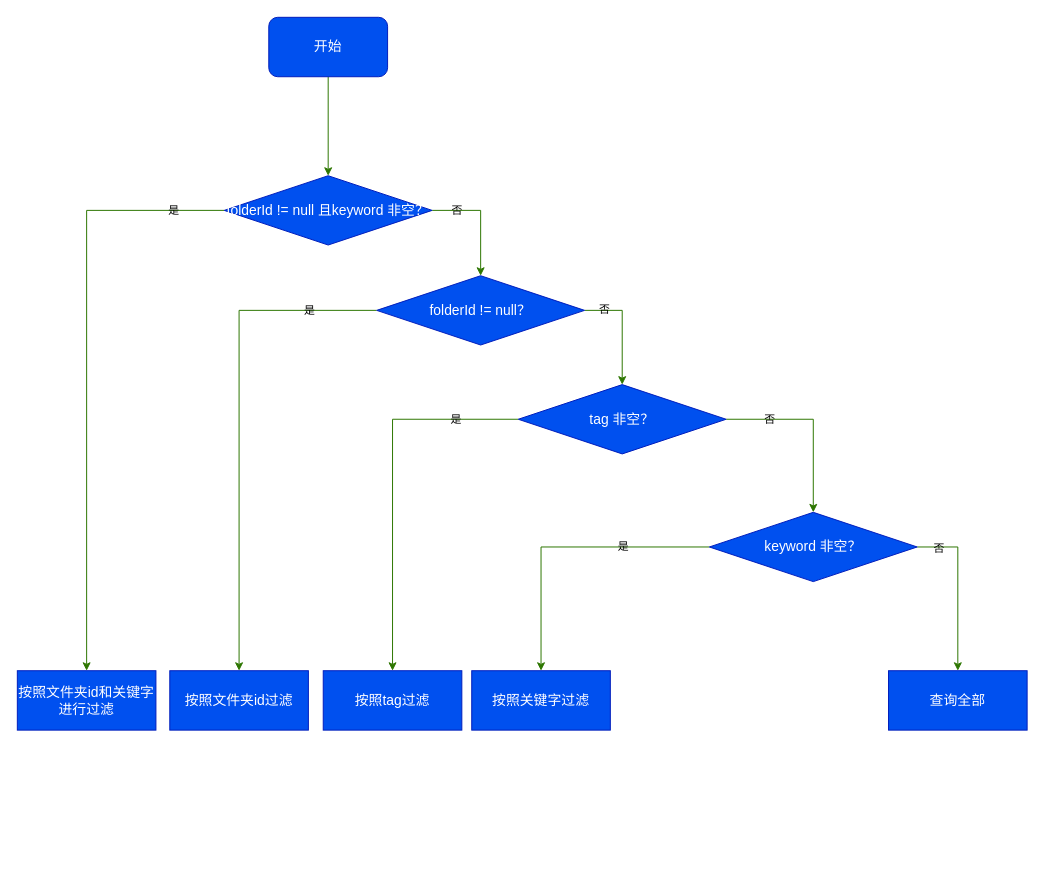
Earlier version of the draw.io diagram 文件展示程序流程图.drawio (SeekLife0/diagrams). Source tidied: cells renumbered, new cells numbered last; positions are measured from the earlier drawing's top-left corner, leaving out a move shared by most shapes. Both pictures are drawn from the tidied source at 99%, with x=0, y=0 at pixel (17, 17).
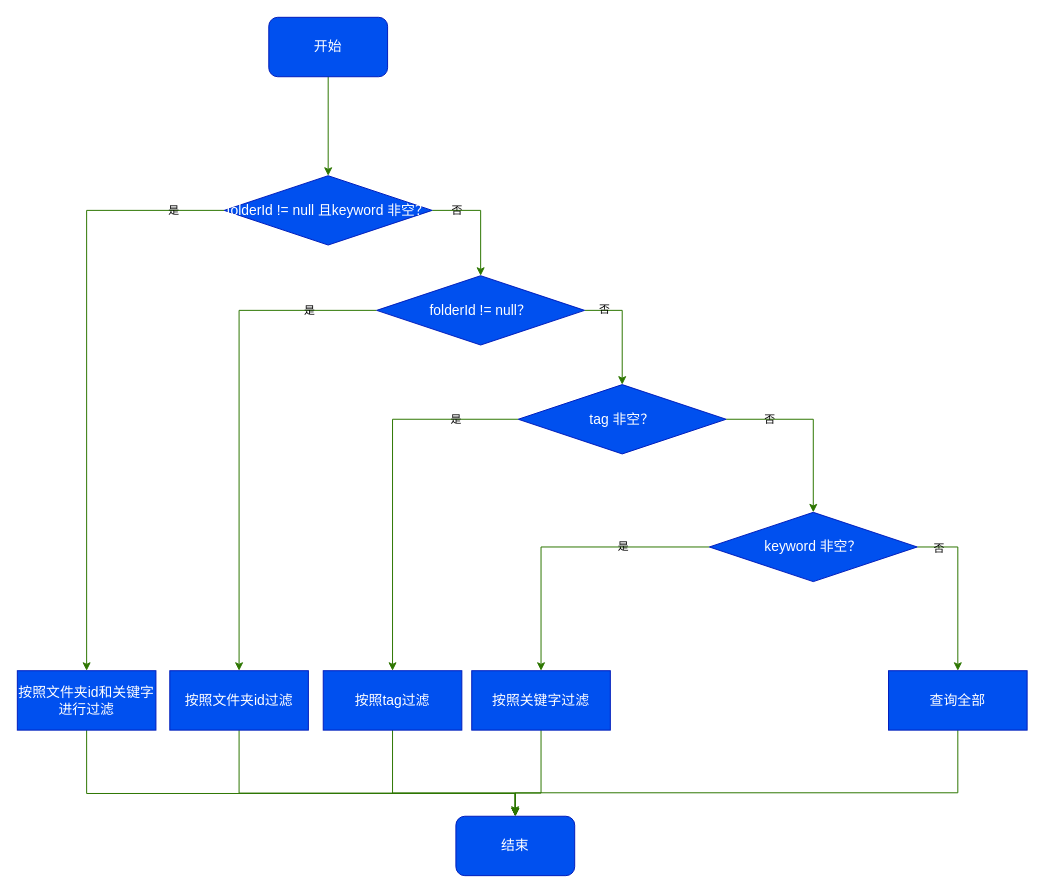
After the change.

Commit message:
更新文件展示程序流程图.drawio

Unchanged cells that the change refers to:
```xml
<mxCell id="10" value="按照文件夹id和关键字进行过滤" style="rounded=0;whiteSpace=wrap;html=1;fillColor=#0050ef;fontColor=#ffffff;strokeColor=#001DBC;fontSize=14;" parent="1" vertex="1">
  <mxGeometry y="660" width="140" height="60" as="geometry" />
</mxCell>
<mxCell id="11" value="按照文件夹id过滤" style="rounded=0;whiteSpace=wrap;html=1;fillColor=#0050ef;fontColor=#ffffff;strokeColor=#001DBC;fontSize=14;" parent="1" vertex="1">
  <mxGeometry x="154" y="660" width="140" height="60" as="geometry" />
</mxCell>
<mxCell id="15" value="按照tag过滤" style="rounded=0;whiteSpace=wrap;html=1;fillColor=#0050ef;fontColor=#ffffff;strokeColor=#001DBC;fontSize=14;" parent="1" vertex="1">
  <mxGeometry x="309" y="660" width="140" height="60" as="geometry" />
</mxCell>
<mxCell id="19" value="按照关键字过滤" style="rounded=0;whiteSpace=wrap;html=1;fillColor=#0050ef;fontColor=#ffffff;strokeColor=#001DBC;fontSize=14;" parent="1" vertex="1">
  <mxGeometry x="459" y="660" width="140" height="60" as="geometry" />
</mxCell>
<mxCell id="20" value="查询全部" style="rounded=0;whiteSpace=wrap;html=1;fillColor=#0050ef;fontColor=#ffffff;strokeColor=#001DBC;fontSize=14;" parent="1" vertex="1">
  <mxGeometry x="880" y="660" width="140" height="60" as="geometry" />
</mxCell>
```

Change to the diagram source:
```diff
@@
+    <mxCell id="21" style="edgeStyle=orthogonalEdgeStyle;rounded=0;jettySize=auto;html=1;exitX=0.5;exitY=1;exitDx=0;exitDy=0;fillColor=#60a917;strokeColor=#2D7600;entryX=0.5;entryY=0;entryDx=0;entryDy=0;" parent="1" edge="1" source="10" target="26">
+      <mxGeometry relative="1" as="geometry">
+        <Array as="points">
+          <mxPoint x="70" y="784" />
+          <mxPoint x="503" y="784" />
+        </Array>
+      </mxGeometry>
+    </mxCell>
@@
+    <mxCell id="22" style="edgeStyle=orthogonalEdgeStyle;rounded=0;jettySize=auto;html=1;exitX=0.5;exitY=1;exitDx=0;exitDy=0;entryX=0.5;entryY=0;entryDx=0;entryDy=0;fillColor=#60a917;strokeColor=#2D7600;" parent="1" edge="1" source="11" target="26">
+      <mxGeometry relative="1" as="geometry">
+        <Array as="points">
+          <mxPoint x="224" y="783.6" />
+          <mxPoint x="503" y="783.6" />
+        </Array>
+      </mxGeometry>
+    </mxCell>
@@
+    <mxCell id="23" style="edgeStyle=orthogonalEdgeStyle;rounded=0;jettySize=auto;html=1;exitX=0.5;exitY=1;exitDx=0;exitDy=0;fillColor=#60a917;strokeColor=#2D7600;" parent="1" edge="1" source="15" target="26">
+      <mxGeometry relative="1" as="geometry">
+        <Array as="points">
+          <mxPoint x="379" y="783.6" />
+          <mxPoint x="503" y="783.6" />
+        </Array>
+      </mxGeometry>
+    </mxCell>
@@
+    <mxCell id="24" style="edgeStyle=orthogonalEdgeStyle;rounded=0;jettySize=auto;html=1;exitX=0.5;exitY=1;exitDx=0;exitDy=0;entryX=0.5;entryY=0;entryDx=0;entryDy=0;fillColor=#60a917;strokeColor=#2D7600;" parent="1" edge="1" source="19" target="26">
+      <mxGeometry relative="1" as="geometry">
+        <Array as="points">
+          <mxPoint x="529" y="783.6" />
+          <mxPoint x="503" y="783.6" />
+        </Array>
+      </mxGeometry>
+    </mxCell>
@@
+    <mxCell id="25" style="edgeStyle=orthogonalEdgeStyle;rounded=0;jettySize=auto;html=1;exitX=0.5;exitY=1;exitDx=0;exitDy=0;fillColor=#60a917;strokeColor=#2D7600;" parent="1" edge="1" source="20">
+      <mxGeometry relative="1" as="geometry">
+        <mxPoint x="502.8" y="805.4" as="targetPoint" />
+        <Array as="points">
+          <mxPoint x="950" y="783.3" />
+          <mxPoint x="502.8" y="783.3" />
+        </Array>
+      </mxGeometry>
+    </mxCell>
@@
+    <mxCell id="26" value="结束" style="rounded=1;whiteSpace=wrap;html=1;fillColor=#0050ef;fontColor=#ffffff;strokeColor=#001DBC;fontSize=14;" parent="1" vertex="1">
+      <mxGeometry x="443" y="807" width="120" height="60" as="geometry" />
+    </mxCell>
```
